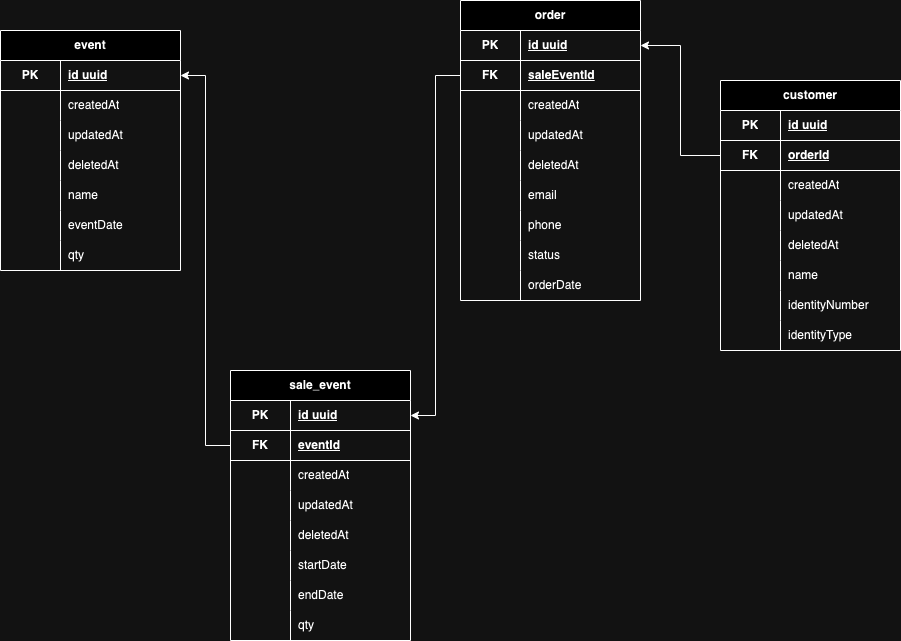
muhsatrio/ticket-reservation keeps this draw.io diagram as project/Database_Design.png. Above is the earlier version. Source tidied: cells renumbered, new cells last; positions are measured from the earlier drawing's top-left corner, leaving out a move shared by most shapes.
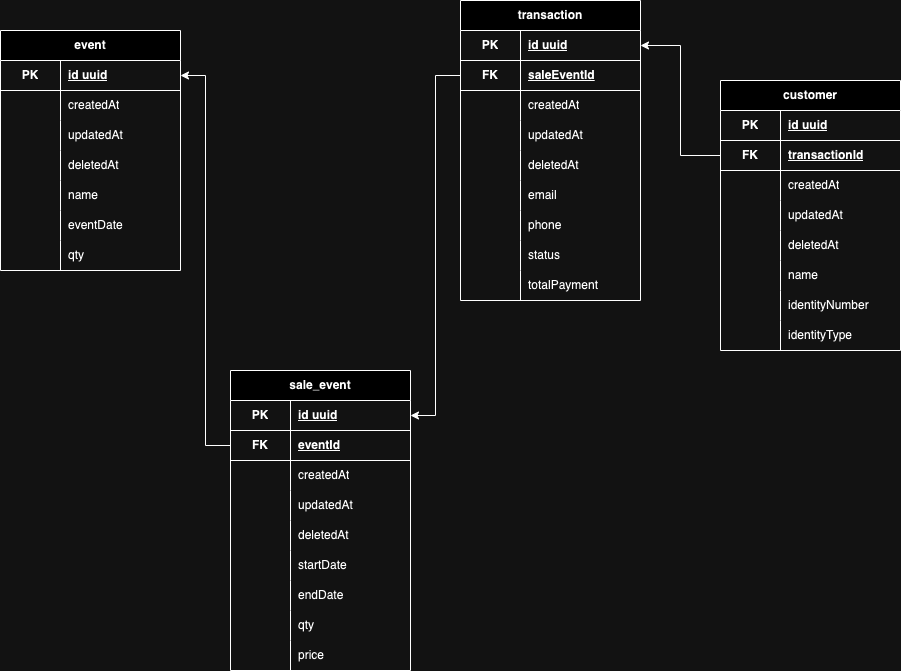
After the commit.

Commit message:
update database design and add postman documentation

What changed in the source:
```diff
@@ -68,7 +68,7 @@
     <mxCell id="23" value="qty" style="shape=partialRectangle;fillColor=none;top=0;left=0;bottom=0;right=0;align=left;spacingLeft=6;overflow=hidden;html=1;whiteSpace=wrap;" parent="21" vertex="1">
       <mxGeometry x="60" width="120" height="30" as="geometry" />
     </mxCell>
-    <mxCell id="24" value="order" style="shape=table;startSize=30;rowLines=0;fontStyle=1;align=center;html=1;whiteSpace=wrap;" parent="1" vertex="1">
+    <mxCell id="24" value="transaction" style="shape=table;startSize=30;rowLines=0;fontStyle=1;align=center;html=1;whiteSpace=wrap;" parent="1" vertex="1">
       <mxGeometry x="460" width="180" height="300" as="geometry" />
     </mxCell>
     <mxCell id="25" style="shape=tableRow;horizontal=0;startSize=0;swimlaneHead=0;swimlaneBody=0;fillColor=none;points=[[0,0.5],[1,0.5]];portConstraint=eastwest;top=0;left=0;right=0;bottom=1;html=1;" parent="24" vertex="1">
@@ -143,17 +143,17 @@
     <mxCell id="48" value="status" style="shape=partialRectangle;fillColor=none;top=0;left=0;bottom=0;right=0;align=left;spacingLeft=6;overflow=hidden;html=1;whiteSpace=wrap;" parent="46" vertex="1">
       <mxGeometry x="60" width="120" height="30" as="geometry" />
     </mxCell>
-    <mxCell id="49" style="shape=tableRow;horizontal=0;startSize=0;swimlaneHead=0;swimlaneBody=0;fillColor=none;top=0;left=0;right=0;bottom=0;html=1;" parent="24" vertex="1">
-      <mxGeometry y="270" width="180" height="30" as="geometry" />
-    </mxCell>
-    <mxCell id="50" style="shape=partialRectangle;fillColor=none;top=0;left=0;bottom=0;right=0;overflow=hidden;html=1;whiteSpace=wrap;" parent="49" vertex="1">
-      <mxGeometry width="60" height="30" as="geometry" />
-    </mxCell>
-    <mxCell id="51" value="orderDate" style="shape=partialRectangle;fillColor=none;top=0;left=0;bottom=0;right=0;align=left;spacingLeft=6;overflow=hidden;html=1;whiteSpace=wrap;" parent="49" vertex="1">
-      <mxGeometry x="60" width="120" height="30" as="geometry" />
-    </mxCell>
+    <mxCell id="106" style="shape=tableRow;horizontal=0;startSize=0;swimlaneHead=0;swimlaneBody=0;fillColor=none;top=0;left=0;right=0;bottom=0;html=1;" parent="24" vertex="1">
+      <mxGeometry y="270" width="180" height="30" as="geometry" />
+    </mxCell>
+    <mxCell id="107" style="shape=partialRectangle;fillColor=none;top=0;left=0;bottom=0;right=0;overflow=hidden;html=1;whiteSpace=wrap;" parent="106" vertex="1">
+      <mxGeometry width="60" height="30" as="geometry" />
+    </mxCell>
+    <mxCell id="108" value="totalPayment" style="shape=partialRectangle;fillColor=none;top=0;left=0;bottom=0;right=0;align=left;spacingLeft=6;overflow=hidden;html=1;whiteSpace=wrap;" parent="106" vertex="1">
+      <mxGeometry x="60" width="120" height="30" as="geometry" />
+    </mxCell>
     <mxCell id="52" value="sale_event" style="shape=table;startSize=30;rowLines=0;fontStyle=1;align=center;html=1;whiteSpace=wrap;" parent="1" vertex="1">
-      <mxGeometry x="230" y="370" width="180" height="270" as="geometry" />
+      <mxGeometry x="230" y="370" width="180" height="300" as="geometry" />
     </mxCell>
     <mxCell id="53" style="shape=tableRow;horizontal=0;startSize=0;swimlaneHead=0;swimlaneBody=0;fillColor=none;points=[[0,0.5],[1,0.5]];portConstraint=eastwest;top=0;left=0;right=0;bottom=1;html=1;" parent="52" vertex="1">
       <mxGeometry y="30" width="180" height="30" as="geometry" />
@@ -227,6 +227,15 @@
     <mxCell id="76" value="qty" style="shape=partialRectangle;fillColor=none;top=0;left=0;bottom=0;right=0;align=left;spacingLeft=6;overflow=hidden;html=1;whiteSpace=wrap;" parent="74" vertex="1">
       <mxGeometry x="60" width="120" height="30" as="geometry" />
     </mxCell>
+    <mxCell id="109" style="shape=tableRow;horizontal=0;startSize=0;swimlaneHead=0;swimlaneBody=0;fillColor=none;top=0;left=0;right=0;bottom=0;html=1;" parent="52" vertex="1">
+      <mxGeometry y="270" width="180" height="30" as="geometry" />
+    </mxCell>
+    <mxCell id="110" style="shape=partialRectangle;fillColor=none;top=0;left=0;bottom=0;right=0;overflow=hidden;html=1;whiteSpace=wrap;" parent="109" vertex="1">
+      <mxGeometry width="60" height="30" as="geometry" />
+    </mxCell>
+    <mxCell id="111" value="price" style="shape=partialRectangle;fillColor=none;top=0;left=0;bottom=0;right=0;align=left;spacingLeft=6;overflow=hidden;html=1;whiteSpace=wrap;" parent="109" vertex="1">
+      <mxGeometry x="60" width="120" height="30" as="geometry" />
+    </mxCell>
     <mxCell id="77" style="edgeStyle=orthogonalEdgeStyle;rounded=0;jettySize=auto;html=1;entryX=1;entryY=0.5;entryDx=0;entryDy=0;" parent="1" edge="1" target="3">
       <mxGeometry relative="1" as="geometry" />
     </mxCell>
@@ -248,7 +257,7 @@
     <mxCell id="83" value="FK" style="shape=partialRectangle;fillColor=none;top=0;left=0;bottom=0;right=0;fontStyle=1;overflow=hidden;html=1;whiteSpace=wrap;" parent="82" vertex="1">
       <mxGeometry width="60" height="30" as="geometry" />
     </mxCell>
-    <mxCell id="84" value="orderId" style="shape=partialRectangle;fillColor=none;top=0;left=0;bottom=0;right=0;align=left;spacingLeft=6;fontStyle=5;overflow=hidden;html=1;whiteSpace=wrap;" parent="82" vertex="1">
+    <mxCell id="84" value="transactionId" style="shape=partialRectangle;fillColor=none;top=0;left=0;bottom=0;right=0;align=left;spacingLeft=6;fontStyle=5;overflow=hidden;html=1;whiteSpace=wrap;" parent="82" vertex="1">
       <mxGeometry x="60" width="120" height="30" as="geometry" />
     </mxCell>
     <mxCell id="85" style="shape=tableRow;horizontal=0;startSize=0;swimlaneHead=0;swimlaneBody=0;fillColor=none;top=0;left=0;right=0;bottom=0;html=1;" parent="78" vertex="1">
```
